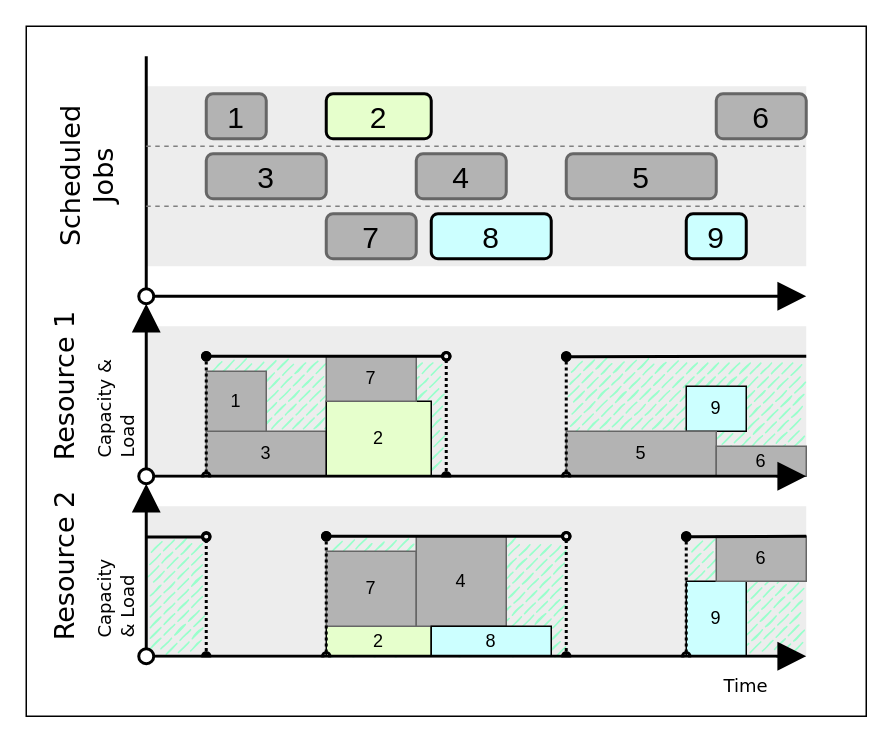
Earlier version of the draw.io diagram page "Schedule-Closure" (3 of 3) of img/source/Schedule.drawio (Krtiiik/Bottleneck-identification-for-constraint-relaxation-in-resource-constrained-project-scheduling). Source tidied: cells renumbered, new cells numbered last; positions are measured from the earlier drawing's top-left corner, leaving out a move shared by most shapes. Both pictures are drawn from the tidied source at 150%, with x=0, y=0 at pixel (26, 26).
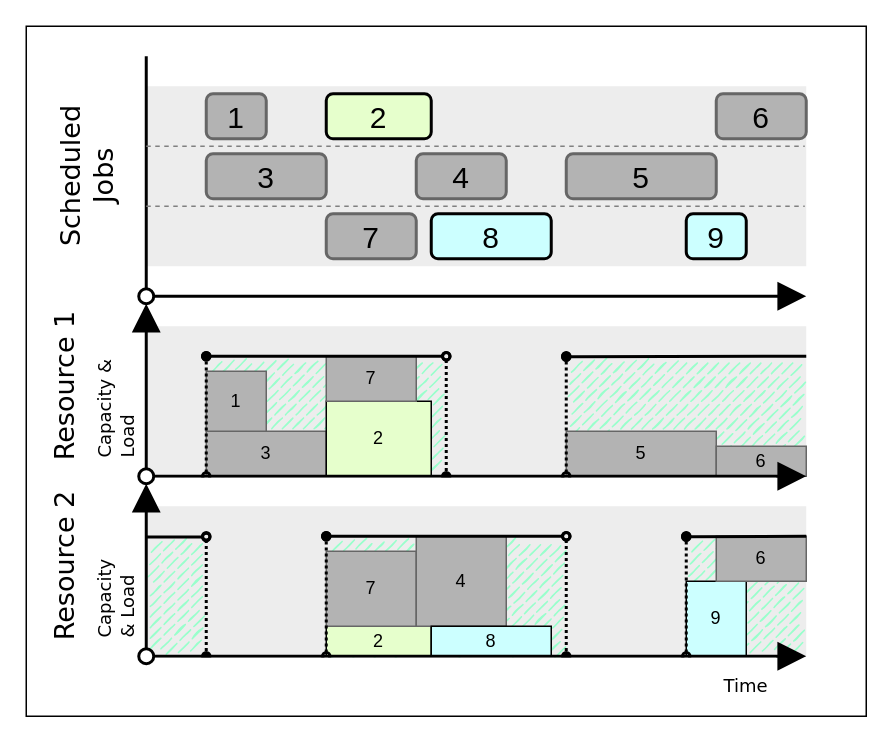
Above is the later version.

Change to the diagram source:
```diff
@@
-    <mxCell id="19" value="9" style="rounded=0;whiteSpace=wrap;html=1;fillColor=#CCFFFF;" parent="1" vertex="1">
-      <mxGeometry x="440" y="240" width="40" height="30" as="geometry" />
-    </mxCell>
```
